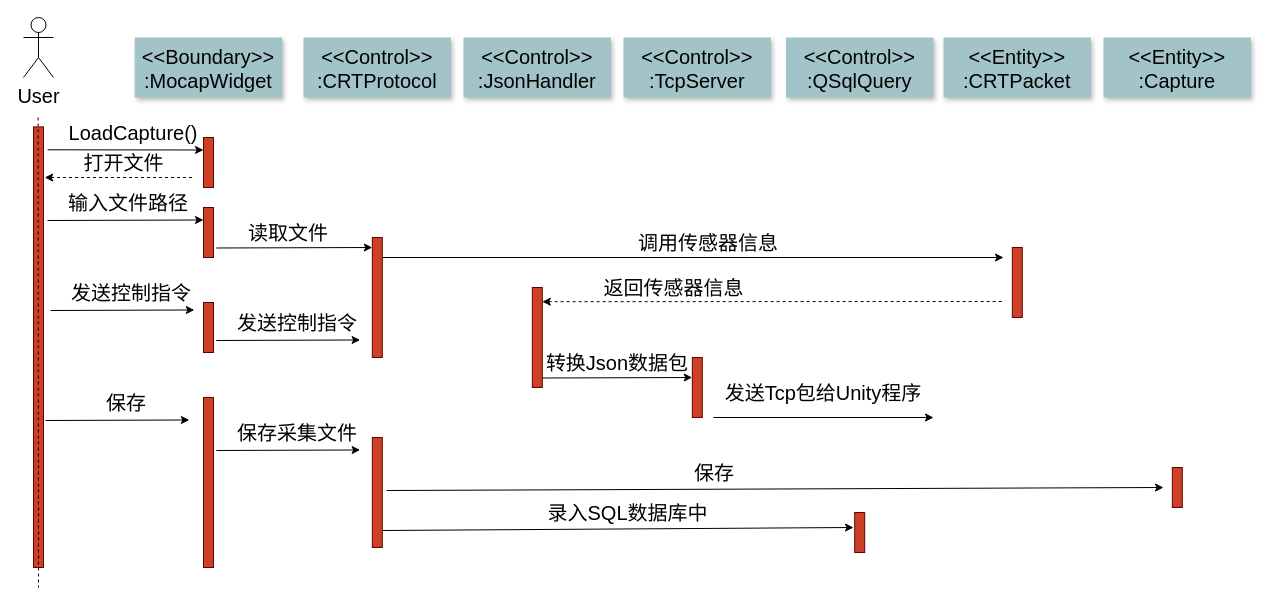
Before: yongli1.drawio in lithcado/MultiCameraViewer, a draw.io diagram. Source tidied: cells renumbered, new cells numbered last; positions are measured from the earlier drawing's top-left corner, leaving out a move shared by most shapes. Both pictures are drawn from the tidied source at 100%, with x=0, y=0 at pixel (23, 17).
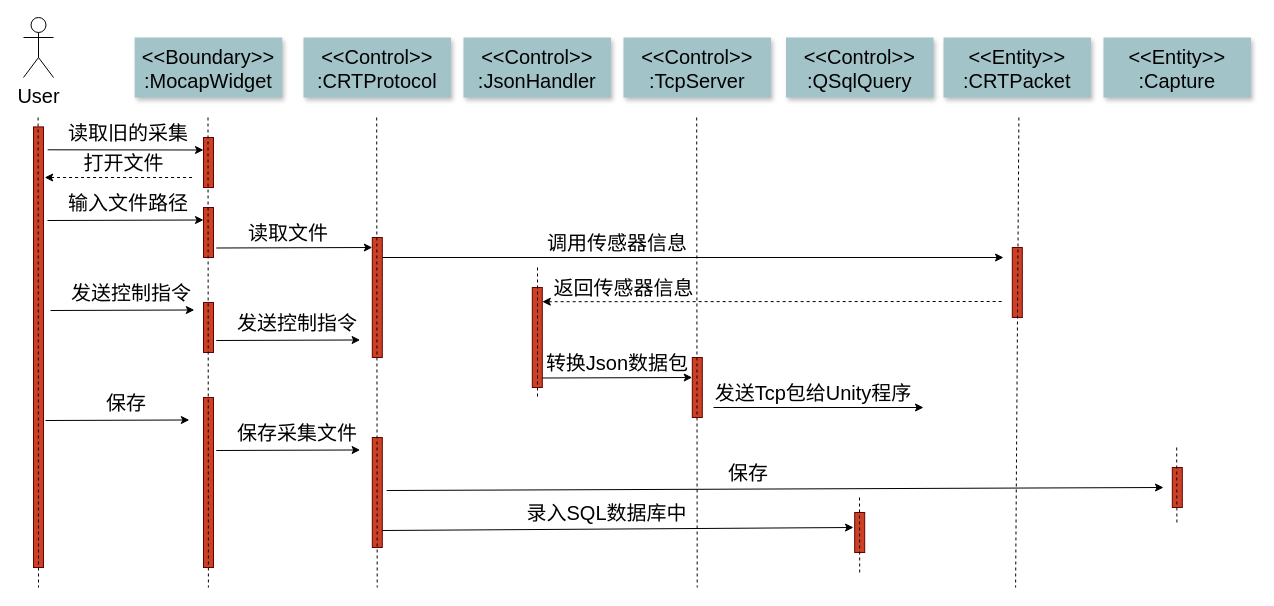
After the change.

The edit, as a diff of the source:
```diff
@@
-    <mxCell id="10" value="LoadCapture()" style="text;html=1;strokeColor=none;fillColor=none;align=center;verticalAlign=middle;whiteSpace=wrap;rounded=0;fontSize=20;" parent="1" vertex="1">
-      <mxGeometry x="80" y="100" width="60" height="30" as="geometry" />
+    <mxCell id="10" value="读取旧的采集" style="text;html=1;strokeColor=none;fillColor=none;align=center;verticalAlign=middle;whiteSpace=wrap;rounded=0;fontSize=20;" parent="1" vertex="1">
+      <mxGeometry x="40" y="100" width="130" height="30" as="geometry" />
     </mxCell>
@@
     <mxCell id="32" value="调用传感器信息" style="text;html=1;strokeColor=none;fillColor=none;align=center;verticalAlign=middle;whiteSpace=wrap;rounded=0;fontSize=20;" parent="1" vertex="1">
-      <mxGeometry x="610" y="210" width="150" height="30" as="geometry" />
+      <mxGeometry x="518.8" y="210" width="150" height="30" as="geometry" />
     </mxCell>
     <mxCell id="33" value="发送Tcp包给Unity程序" style="text;html=1;strokeColor=none;fillColor=none;align=center;verticalAlign=middle;whiteSpace=wrap;rounded=0;fontSize=20;" parent="1" vertex="1">
-      <mxGeometry x="690" y="360" width="220" height="30" as="geometry" />
+      <mxGeometry x="680" y="360" width="220" height="30" as="geometry" />
     </mxCell>
@@
     <mxCell id="36" value="&lt;span style=&quot;&quot;&gt;返回传感器信息&lt;/span&gt;" style="text;html=1;align=center;verticalAlign=middle;strokeColor=none;fillColor=none;fontSize=20;" parent="1" vertex="1">
-      <mxGeometry x="570" y="255" width="160" height="30" as="geometry" />
+      <mxGeometry x="520" y="255" width="160" height="30" as="geometry" />
     </mxCell>
     <mxCell id="37" style="endArrow=classic;html=1;rounded=0;fontSize=20;" parent="1" edge="1">
       <mxGeometry relative="1" as="geometry">
-        <mxPoint x="690" y="400" as="sourcePoint" />
-        <mxPoint x="910" y="400" as="targetPoint" />
+        <mxPoint x="690" y="390" as="sourcePoint" />
+        <mxPoint x="900" y="390" as="targetPoint" />
       </mxGeometry>
     </mxCell>
@@
     <mxCell id="45" value="保存" style="text;html=1;strokeColor=none;fillColor=none;align=center;verticalAlign=middle;whiteSpace=wrap;rounded=0;fontSize=20;" parent="1" vertex="1">
-      <mxGeometry x="615.6" y="440" width="150" height="30" as="geometry" />
+      <mxGeometry x="650" y="440" width="150" height="30" as="geometry" />
     </mxCell>
@@
     <mxCell id="49" value="录入SQL数据库中" style="text;html=1;strokeColor=none;fillColor=none;align=center;verticalAlign=middle;whiteSpace=wrap;rounded=0;fontSize=20;" parent="1" vertex="1">
-      <mxGeometry x="508.8" y="480" width="191.2" height="30" as="geometry" />
+      <mxGeometry x="487.5" y="480" width="191.2" height="30" as="geometry" />
     </mxCell>
@@
+    <mxCell id="51" style="edgeStyle=none;endArrow=none;dashed=1;fontSize=20;" parent="1" edge="1">
+      <mxGeometry x="144" y="195" as="geometry">
+        <mxPoint x="184.5" y="100" as="sourcePoint" />
+        <mxPoint x="184.9" y="570" as="targetPoint" />
+      </mxGeometry>
+    </mxCell>
+    <mxCell id="52" style="edgeStyle=none;endArrow=none;dashed=1;fontSize=20;" parent="1" edge="1">
+      <mxGeometry x="312.7" y="195" as="geometry">
+        <mxPoint x="353.2" y="100" as="sourcePoint" />
+        <mxPoint x="353.7" y="570" as="targetPoint" />
+      </mxGeometry>
+    </mxCell>
+    <mxCell id="53" style="edgeStyle=none;endArrow=none;dashed=1;fontSize=20;" parent="1" edge="1">
+      <mxGeometry x="472.7" y="305" as="geometry">
+        <mxPoint x="514" y="250" as="sourcePoint" />
+        <mxPoint x="514" y="380" as="targetPoint" />
+      </mxGeometry>
+    </mxCell>
+    <mxCell id="54" style="edgeStyle=none;endArrow=none;dashed=1;fontSize=20;" parent="1" edge="1">
+      <mxGeometry x="632.7" y="195" as="geometry">
+        <mxPoint x="673.2" y="100" as="sourcePoint" />
+        <mxPoint x="673.7" y="570" as="targetPoint" />
+      </mxGeometry>
+    </mxCell>
+    <mxCell id="55" style="edgeStyle=none;endArrow=none;dashed=1;fontSize=20;" parent="1" edge="1">
+      <mxGeometry x="795.2" y="180" as="geometry">
+        <mxPoint x="836" y="480" as="sourcePoint" />
+        <mxPoint x="836.2" y="555" as="targetPoint" />
+      </mxGeometry>
+    </mxCell>
+    <mxCell id="56" style="edgeStyle=none;endArrow=none;dashed=1;fontSize=20;" parent="1" edge="1">
+      <mxGeometry x="954.6" y="-200" as="geometry">
+        <mxPoint x="995.4" y="100" as="sourcePoint" />
+        <mxPoint x="992.1" y="570" as="targetPoint" />
+      </mxGeometry>
+    </mxCell>
+    <mxCell id="57" style="edgeStyle=none;endArrow=none;dashed=1;fontSize=20;" parent="1" edge="1">
+      <mxGeometry x="1112.5" y="130" as="geometry">
+        <mxPoint x="1153.2" y="430" as="sourcePoint" />
+        <mxPoint x="1153.4" y="505" as="targetPoint" />
+      </mxGeometry>
+    </mxCell>
```
